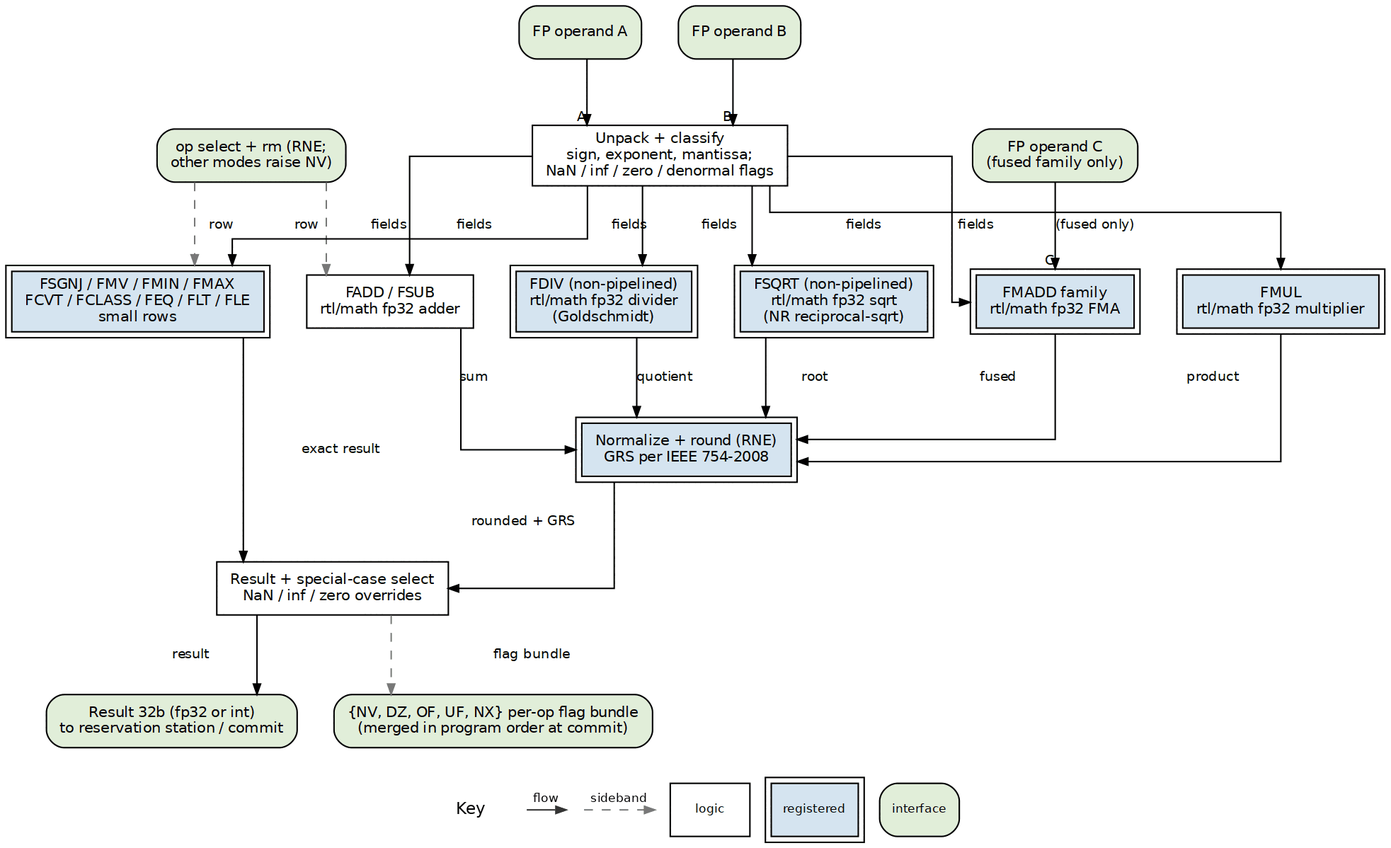
Before: projects/components/compute-eng-ip/alu-rv32f/assets/graphviz/01_alu_rv32f_datapath.png, a diagram exported from Graphviz (sean-galloway/RTLDesignSherpa). Its source is kept beside it as projects/components/compute-eng-ip/alu-rv32f/assets/graphviz/01_alu_rv32f_datapath.dot.
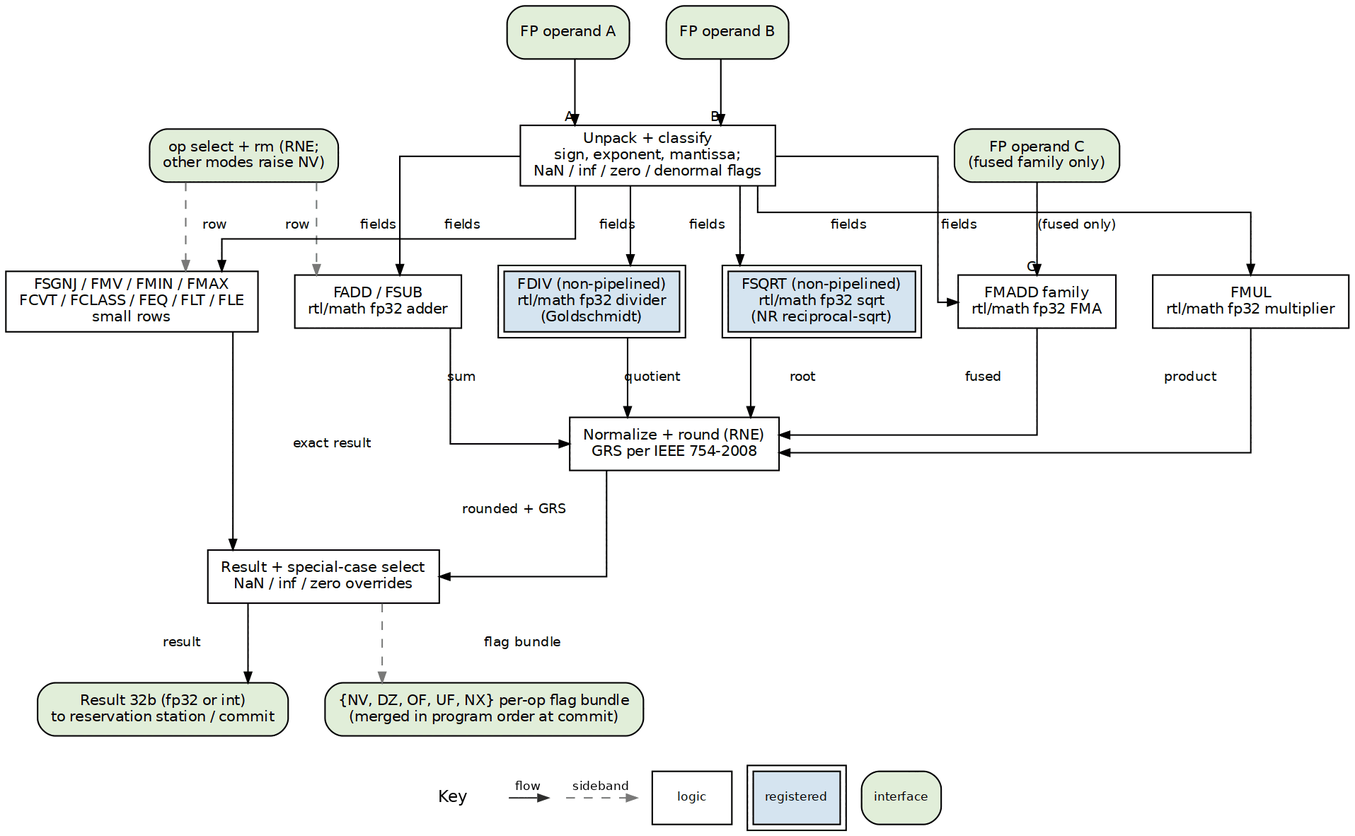
Above is the later version.

Change to the diagram source:
```diff
@@ -14,13 +14,13 @@
     unpack [label="Unpack + classify\nsign, exponent, mantissa;\nNaN / inf / zero / denormal flags", style="filled", fillcolor="white"];
 
     uadd  [label="FADD / FSUB\nrtl/math fp32 adder", style="filled", fillcolor="white"];
-    umul  [label="FMUL\nrtl/math fp32 multiplier", peripheries=2, style="filled", fillcolor="#D6E4F0"];
-    ufma  [label="FMADD family\nrtl/math fp32 FMA", peripheries=2, style="filled", fillcolor="#D6E4F0"];
+    umul  [label="FMUL\nrtl/math fp32 multiplier", style="filled", fillcolor="white"];
+    ufma  [label="FMADD family\nrtl/math fp32 FMA", style="filled", fillcolor="white"];
     udiv  [label="FDIV (non-pipelined)\nrtl/math fp32 divider\n(Goldschmidt)", peripheries=2, style="filled", fillcolor="#D6E4F0"];
     usqrt [label="FSQRT (non-pipelined)\nrtl/math fp32 sqrt\n(NR reciprocal-sqrt)", peripheries=2, style="filled", fillcolor="#D6E4F0"];
-    usm   [label="FSGNJ / FMV / FMIN / FMAX\nFCVT / FCLASS / FEQ / FLT / FLE\nsmall rows", peripheries=2, style="filled", fillcolor="#D6E4F0"];
+    usm   [label="FSGNJ / FMV / FMIN / FMAX\nFCVT / FCLASS / FEQ / FLT / FLE\nsmall rows", style="filled", fillcolor="white"];
 
-    norm [label="Normalize + round (RNE)\nGRS per IEEE 754-2008", peripheries=2, style="filled", fillcolor="#D6E4F0"];
+    norm [label="Normalize + round (RNE)\nGRS per IEEE 754-2008", style="filled", fillcolor="white"];
     sel  [label="Result + special-case select\nNaN / inf / zero overrides", style="filled", fillcolor="white"];
 
     out   [label="Result 32b (fp32 or int)\nto reservation station / commit", fillcolor="white", style="rounded,filled", fillcolor="#E2EFDA"];
```
